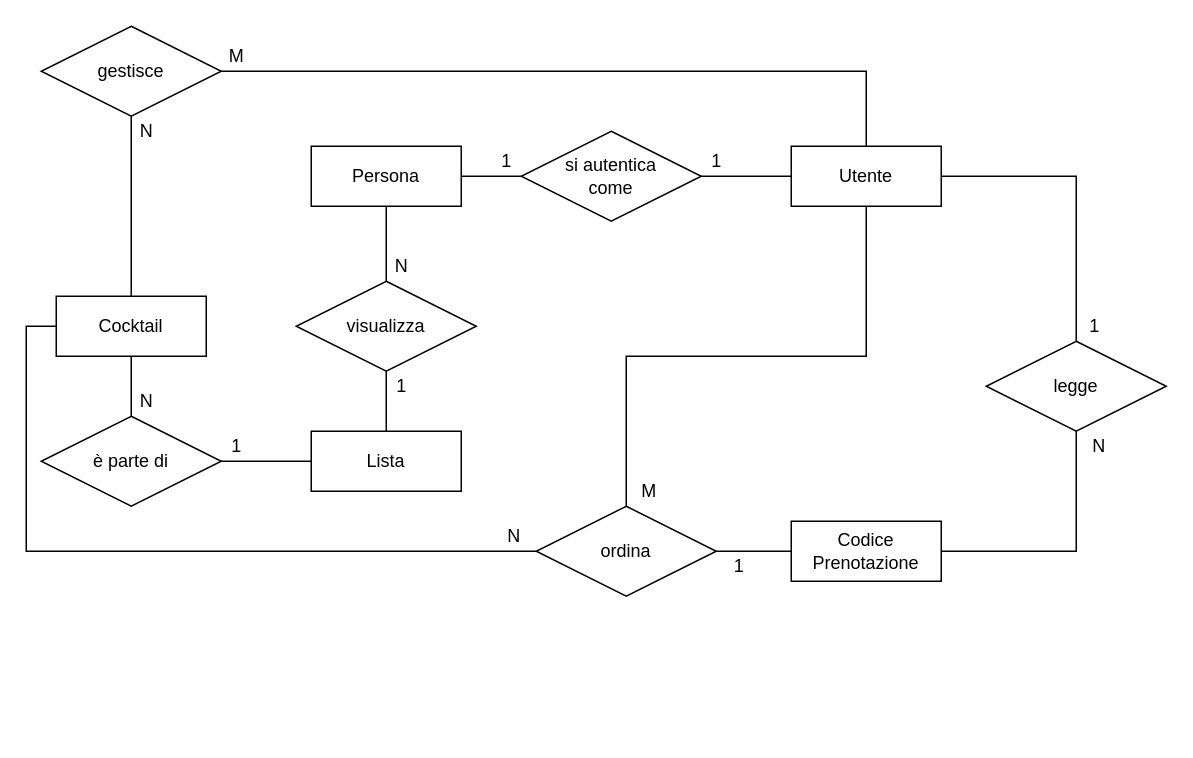
Earlier version of the draw.io diagram schemas/eer-bar-cocktails-management.drawio (ilaonyourleft/bar-cocktails-management). Source tidied: cells renumbered, new cells numbered last; positions are measured from the earlier drawing's top-left corner, leaving out a move shared by most shapes. Both pictures are drawn from the tidied source at 150%, with x=0, y=0 at pixel (40, 26).
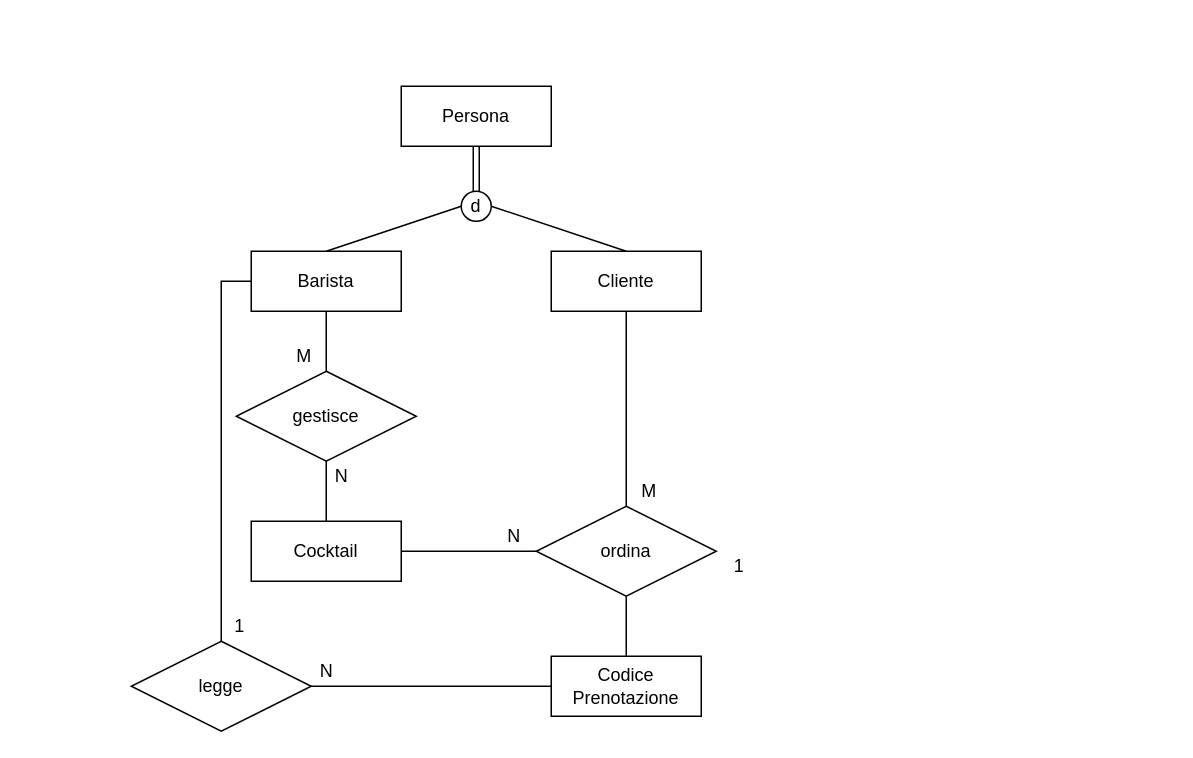
The same diagram, later.

The change refers to these unchanged cells:
```xml
<mxCell id="23" value="ordina" style="shape=rhombus;perimeter=rhombusPerimeter;whiteSpace=wrap;html=1;align=center;" parent="1" vertex="1">
  <mxGeometry x="330" y="320" width="120" height="60" as="geometry" />
</mxCell>
```

The edit, as a diff of the source:
```diff
@@
-    <mxCell id="2" style="edgeStyle=orthogonalEdgeStyle;rounded=0;jettySize=auto;html=1;exitX=1;exitY=0.5;exitDx=0;exitDy=0;entryX=0;entryY=0.5;entryDx=0;entryDy=0;endArrow=none;endFill=0;" parent="1" edge="1" source="4" target="15">
-      <mxGeometry relative="1" as="geometry" />
-    </mxCell>
-    <mxCell id="3" style="edgeStyle=orthogonalEdgeStyle;rounded=0;jettySize=auto;html=1;exitX=0.5;exitY=1;exitDx=0;exitDy=0;entryX=0.5;entryY=0;entryDx=0;entryDy=0;endArrow=none;endFill=0;" parent="1" edge="1" source="4" target="17">
-      <mxGeometry relative="1" as="geometry" />
-    </mxCell>
     <mxCell id="4" value="Persona" style="whiteSpace=wrap;html=1;align=center;" parent="1" vertex="1">
-      <mxGeometry x="180" y="80" width="100" height="40" as="geometry" />
+      <mxGeometry x="240" y="40" width="100" height="40" as="geometry" />
     </mxCell>
-    <mxCell id="5" style="edgeStyle=orthogonalEdgeStyle;rounded=0;jettySize=auto;html=1;exitX=0.5;exitY=0;exitDx=0;exitDy=0;entryX=1;entryY=0.5;entryDx=0;entryDy=0;endArrow=none;endFill=0;" parent="1" edge="1" source="8" target="21">
-      <mxGeometry relative="1" as="geometry" />
-    </mxCell>
@@
-    <mxCell id="7" style="edgeStyle=orthogonalEdgeStyle;rounded=0;jettySize=auto;html=1;entryX=0.5;entryY=0;entryDx=0;entryDy=0;endArrow=none;endFill=0;" parent="1" edge="1" source="8" target="25">
+    <mxCell id="7" style="edgeStyle=orthogonalEdgeStyle;rounded=0;jettySize=auto;html=1;entryX=0.5;entryY=0;entryDx=0;entryDy=0;endArrow=none;endFill=0;exitX=0;exitY=0.5;exitDx=0;exitDy=0;" parent="1" edge="1" source="41" target="25">
       <mxGeometry relative="1" as="geometry" />
     </mxCell>
-    <mxCell id="8" value="&lt;div&gt;Utente&lt;/div&gt;" style="whiteSpace=wrap;html=1;align=center;" parent="1" vertex="1">
-      <mxGeometry x="500" y="80" width="100" height="40" as="geometry" />
+    <mxCell id="8" value="Cliente" style="whiteSpace=wrap;html=1;align=center;" parent="1" vertex="1">
+      <mxGeometry x="340" y="150" width="100" height="40" as="geometry" />
     </mxCell>
-    <mxCell id="9" value="Lista" style="whiteSpace=wrap;html=1;align=center;" parent="1" vertex="1">
-      <mxGeometry x="180" y="270" width="100" height="40" as="geometry" />
-    </mxCell>
-    <mxCell id="10" style="edgeStyle=orthogonalEdgeStyle;rounded=0;jettySize=auto;html=1;exitX=0.5;exitY=1;exitDx=0;exitDy=0;endArrow=none;endFill=0;" parent="1" edge="1" source="12" target="19">
-      <mxGeometry relative="1" as="geometry" />
-    </mxCell>
-    <mxCell id="11" style="edgeStyle=orthogonalEdgeStyle;rounded=0;jettySize=auto;html=1;exitX=0;exitY=0.5;exitDx=0;exitDy=0;entryX=0;entryY=0.5;entryDx=0;entryDy=0;endArrow=none;endFill=0;" parent="1" edge="1" source="12" target="23">
+    <mxCell id="11" style="edgeStyle=orthogonalEdgeStyle;rounded=0;jettySize=auto;html=1;exitX=1;exitY=0.5;exitDx=0;exitDy=0;entryX=0;entryY=0.5;entryDx=0;entryDy=0;endArrow=none;endFill=0;" parent="1" edge="1" source="12" target="23">
       <mxGeometry relative="1" as="geometry" />
     </mxCell>
     <mxCell id="12" value="&lt;div&gt;Cocktail&lt;/div&gt;" style="whiteSpace=wrap;html=1;align=center;" parent="1" vertex="1">
-      <mxGeometry x="10" y="180" width="100" height="40" as="geometry" />
+      <mxGeometry x="140" y="330" width="100" height="40" as="geometry" />
     </mxCell>
     <mxCell id="13" value="Codice Prenotazione" style="whiteSpace=wrap;html=1;align=center;" parent="1" vertex="1">
-      <mxGeometry x="500" y="330" width="100" height="40" as="geometry" />
+      <mxGeometry x="340" y="420" width="100" height="40" as="geometry" />
     </mxCell>
-    <mxCell id="14" style="edgeStyle=orthogonalEdgeStyle;rounded=0;jettySize=auto;html=1;exitX=1;exitY=0.5;exitDx=0;exitDy=0;entryX=0;entryY=0.5;entryDx=0;entryDy=0;endArrow=none;endFill=0;" parent="1" edge="1" source="15" target="8">
-      <mxGeometry relative="1" as="geometry" />
-    </mxCell>
-    <mxCell id="15" value="&lt;div&gt;si autentica&lt;/div&gt;&lt;div&gt;come&lt;/div&gt;" style="shape=rhombus;perimeter=rhombusPerimeter;whiteSpace=wrap;html=1;align=center;" parent="1" vertex="1">
-      <mxGeometry x="320" y="70" width="120" height="60" as="geometry" />
-    </mxCell>
-    <mxCell id="16" style="edgeStyle=orthogonalEdgeStyle;rounded=0;jettySize=auto;html=1;exitX=0.5;exitY=1;exitDx=0;exitDy=0;entryX=0.5;entryY=0;entryDx=0;entryDy=0;endArrow=none;endFill=0;" parent="1" edge="1" source="17" target="9">
-      <mxGeometry relative="1" as="geometry" />
-    </mxCell>
-    <mxCell id="17" value="visualizza" style="shape=rhombus;perimeter=rhombusPerimeter;whiteSpace=wrap;html=1;align=center;" parent="1" vertex="1">
-      <mxGeometry x="170" y="170" width="120" height="60" as="geometry" />
-    </mxCell>
-    <mxCell id="18" style="edgeStyle=orthogonalEdgeStyle;rounded=0;jettySize=auto;html=1;exitX=1;exitY=0.5;exitDx=0;exitDy=0;entryX=0;entryY=0.5;entryDx=0;entryDy=0;endArrow=none;endFill=0;" parent="1" edge="1" source="19" target="9">
-      <mxGeometry relative="1" as="geometry" />
-    </mxCell>
-    <mxCell id="19" value="è parte di" style="shape=rhombus;perimeter=rhombusPerimeter;whiteSpace=wrap;html=1;align=center;" parent="1" vertex="1">
-      <mxGeometry y="260" width="120" height="60" as="geometry" />
-    </mxCell>
-    <mxCell id="20" style="edgeStyle=orthogonalEdgeStyle;rounded=0;jettySize=auto;html=1;exitX=0.5;exitY=1;exitDx=0;exitDy=0;entryX=0.5;entryY=0;entryDx=0;entryDy=0;endArrow=none;endFill=0;" parent="1" edge="1" source="21" target="12">
+    <mxCell id="20" style="edgeStyle=orthogonalEdgeStyle;rounded=0;jettySize=auto;html=1;exitX=0.5;exitY=1;exitDx=0;exitDy=0;endArrow=none;endFill=0;" parent="1" edge="1" source="21" target="12">
       <mxGeometry relative="1" as="geometry" />
     </mxCell>
     <mxCell id="21" value="gestisce" style="shape=rhombus;perimeter=rhombusPerimeter;whiteSpace=wrap;html=1;align=center;" parent="1" vertex="1">
-      <mxGeometry width="120" height="60" as="geometry" />
+      <mxGeometry x="130" y="230" width="120" height="60" as="geometry" />
     </mxCell>
-    <mxCell id="22" style="edgeStyle=orthogonalEdgeStyle;rounded=0;jettySize=auto;html=1;exitX=1;exitY=0.5;exitDx=0;exitDy=0;entryX=0;entryY=0.5;entryDx=0;entryDy=0;endArrow=none;endFill=0;" parent="1" edge="1" source="23" target="13">
+    <mxCell id="22" style="edgeStyle=orthogonalEdgeStyle;rounded=0;jettySize=auto;html=1;exitX=0.5;exitY=1;exitDx=0;exitDy=0;entryX=0.5;entryY=0;entryDx=0;entryDy=0;endArrow=none;endFill=0;" parent="1" edge="1" source="23" target="13">
       <mxGeometry relative="1" as="geometry" />
     </mxCell>
@@
-    <mxCell id="24" style="edgeStyle=orthogonalEdgeStyle;rounded=0;jettySize=auto;html=1;exitX=0.5;exitY=1;exitDx=0;exitDy=0;entryX=1;entryY=0.5;entryDx=0;entryDy=0;endArrow=none;endFill=0;" parent="1" edge="1" source="25" target="13">
+    <mxCell id="24" style="edgeStyle=orthogonalEdgeStyle;rounded=0;jettySize=auto;html=1;exitX=1;exitY=0.5;exitDx=0;exitDy=0;endArrow=none;endFill=0;entryX=0;entryY=0.5;entryDx=0;entryDy=0;" parent="1" edge="1" source="25" target="13">
       <mxGeometry relative="1" as="geometry" />
     </mxCell>
     <mxCell id="25" value="legge" style="shape=rhombus;perimeter=rhombusPerimeter;whiteSpace=wrap;html=1;align=center;" parent="1" vertex="1">
-      <mxGeometry x="630" y="210" width="120" height="60" as="geometry" />
+      <mxGeometry x="60" y="410" width="120" height="60" as="geometry" />
     </mxCell>
-    <mxCell id="26" value="1" style="text;html=1;align=center;verticalAlign=middle;" parent="1" vertex="1">
-      <mxGeometry x="440" y="80" width="20" height="20" as="geometry" />
-    </mxCell>
-    <mxCell id="27" value="1" style="text;html=1;align=center;verticalAlign=middle;" parent="1" vertex="1">
-      <mxGeometry x="300" y="80" width="20" height="20" as="geometry" />
-    </mxCell>
-    <mxCell id="28" value="1" style="text;html=1;align=center;verticalAlign=middle;" parent="1" vertex="1">
-      <mxGeometry x="230" y="230" width="20" height="20" as="geometry" />
-    </mxCell>
-    <mxCell id="29" value="N" style="text;html=1;align=center;verticalAlign=middle;" parent="1" vertex="1">
-      <mxGeometry x="230" y="150" width="20" height="20" as="geometry" />
-    </mxCell>
-    <mxCell id="30" value="1" style="text;html=1;align=center;verticalAlign=middle;" parent="1" vertex="1">
-      <mxGeometry x="120" y="270" width="20" height="20" as="geometry" />
-    </mxCell>
-    <mxCell id="31" value="N" style="text;html=1;align=center;verticalAlign=middle;" parent="1" vertex="1">
-      <mxGeometry x="60" y="240" width="20" height="20" as="geometry" />
-    </mxCell>
     <mxCell id="32" value="M" style="text;html=1;align=center;verticalAlign=middle;" parent="1" vertex="1">
-      <mxGeometry x="115" y="10" width="30" height="20" as="geometry" />
+      <mxGeometry x="160" y="210" width="30" height="20" as="geometry" />
     </mxCell>
     <mxCell id="33" value="N" style="text;html=1;align=center;verticalAlign=middle;" parent="1" vertex="1">
-      <mxGeometry x="60" y="60" width="20" height="20" as="geometry" />
+      <mxGeometry x="190" y="290" width="20" height="20" as="geometry" />
     </mxCell>
@@
     <mxCell id="37" value="N" style="text;html=1;align=center;verticalAlign=middle;" parent="1" vertex="1">
-      <mxGeometry x="695" y="270" width="20" height="20" as="geometry" />
+      <mxGeometry x="180" y="420" width="20" height="20" as="geometry" />
     </mxCell>
     <mxCell id="38" value="1" style="text;html=1;align=center;verticalAlign=middle;" parent="1" vertex="1">
-      <mxGeometry x="692" y="190" width="20" height="20" as="geometry" />
+      <mxGeometry x="122" y="390" width="20" height="20" as="geometry" />
     </mxCell>
+    <mxCell id="39" style="edgeStyle=orthogonalEdgeStyle;rounded=0;jettySize=auto;html=1;exitX=0.5;exitY=1;exitDx=0;exitDy=0;entryX=0.5;entryY=0;entryDx=0;entryDy=0;endArrow=none;endFill=0;" parent="1" edge="1" source="41" target="21">
+      <mxGeometry relative="1" as="geometry" />
+    </mxCell>
+    <mxCell id="40" style="rounded=0;jettySize=auto;html=1;exitX=0.5;exitY=0;exitDx=0;exitDy=0;entryX=0;entryY=0.5;entryDx=0;entryDy=0;endArrow=none;endFill=0;" parent="1" edge="1" source="41" target="43">
+      <mxGeometry relative="1" as="geometry" />
+    </mxCell>
+    <mxCell id="41" value="Barista" style="whiteSpace=wrap;html=1;align=center;" parent="1" vertex="1">
+      <mxGeometry x="140" y="150" width="100" height="40" as="geometry" />
+    </mxCell>
+    <mxCell id="42" style="edgeStyle=none;rounded=0;jettySize=auto;html=1;exitX=1;exitY=0.5;exitDx=0;exitDy=0;entryX=0.5;entryY=0;entryDx=0;entryDy=0;endArrow=none;endFill=0;" parent="1" edge="1" source="43" target="8">
+      <mxGeometry relative="1" as="geometry" />
+    </mxCell>
+    <mxCell id="43" value="d" style="ellipse;whiteSpace=wrap;html=1;fillColor=none;" parent="1" vertex="1">
+      <mxGeometry x="280" y="110" width="20" height="20" as="geometry" />
+    </mxCell>
+    <mxCell id="44" style="shape=link;html=1;endArrow=none;endFill=0;exitX=0.5;exitY=0;exitDx=0;exitDy=0;" parent="1" edge="1" source="43" target="4">
+      <mxGeometry relative="1" as="geometry" />
+    </mxCell>
```
